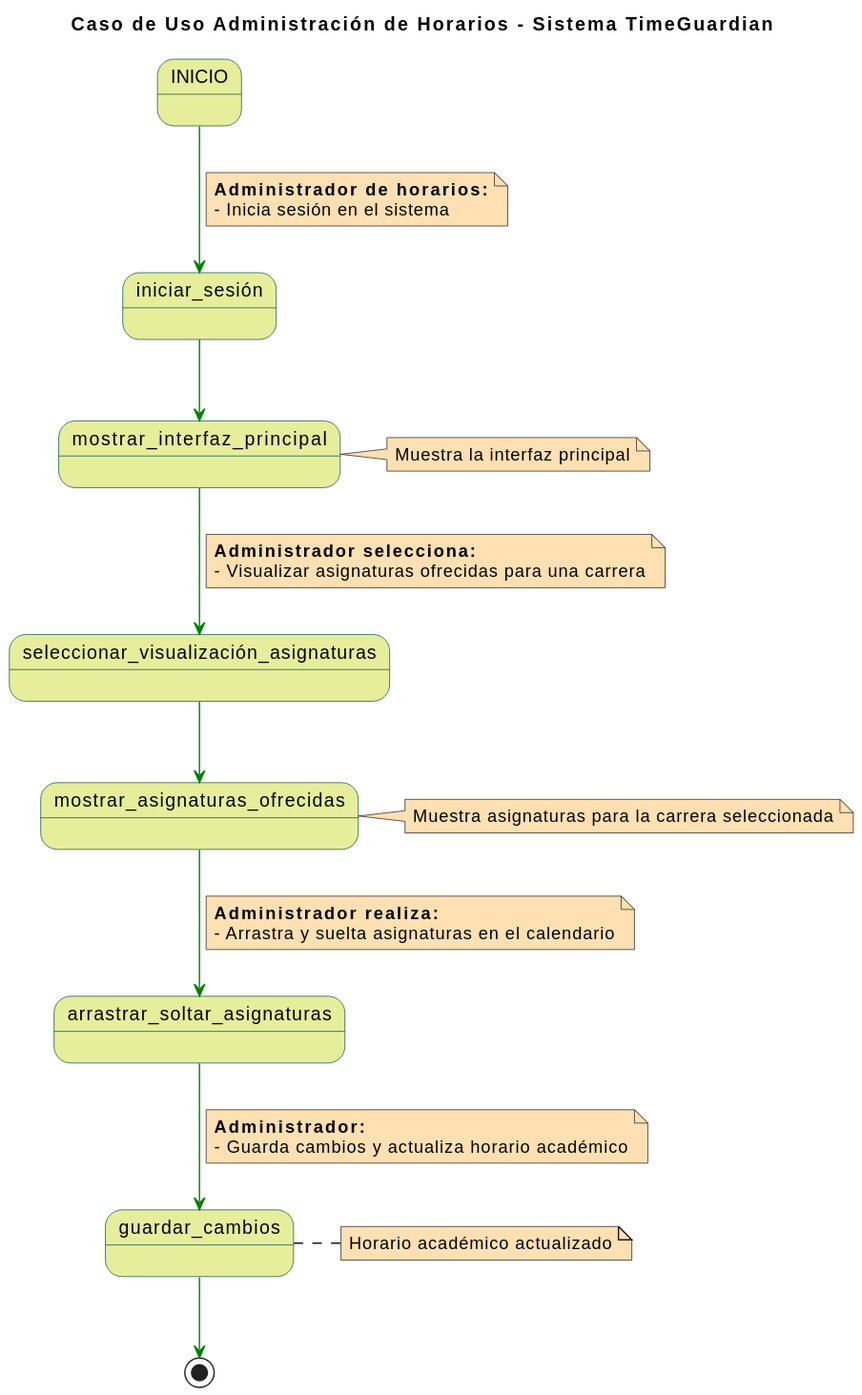
Before: imagenes/Casos de Uso/Detalles Diagrama 1.svg, a diagram exported from PlantUML (mmasias/23-24-IdSw1-SDR).
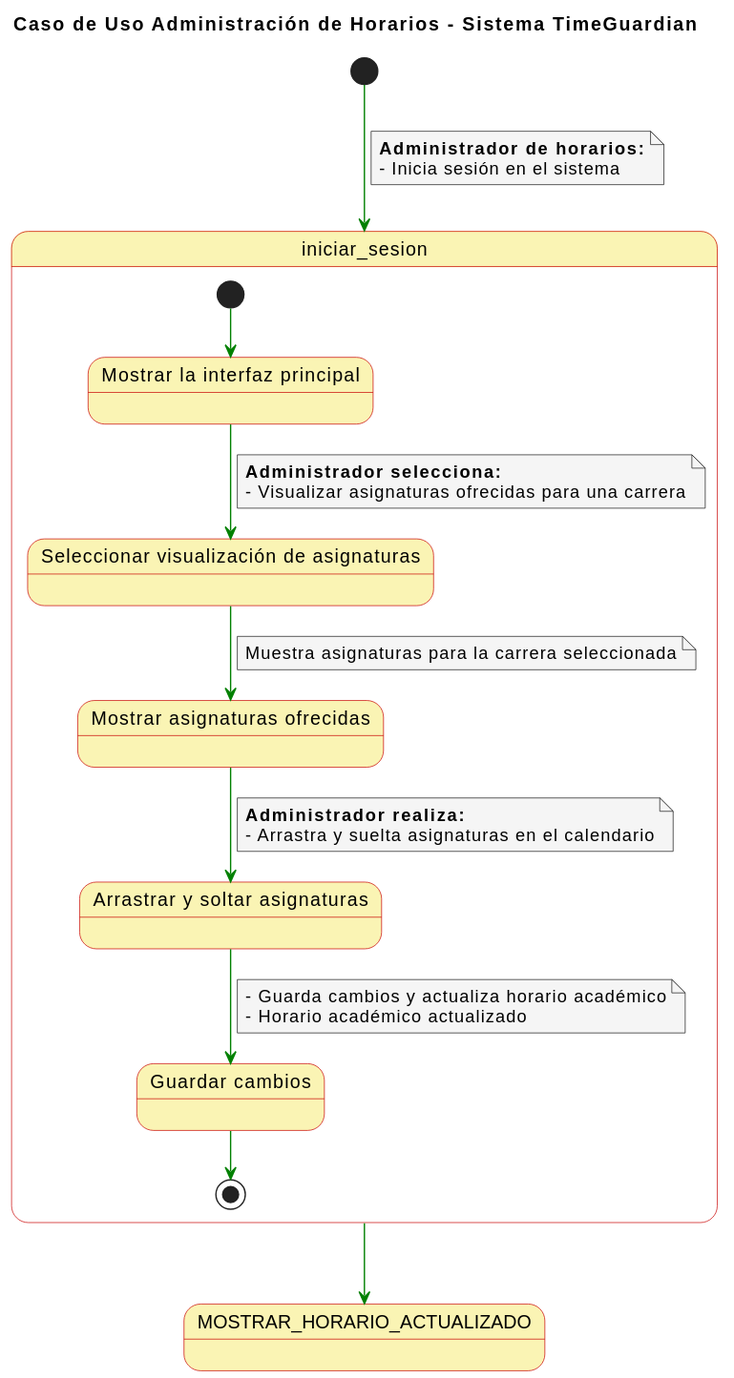
The same diagram one commit later.

What changed in the source:
```diff
@@ -1,53 +1,52 @@
 @startuml
 skinparam state {
-  BackgroundColor #e6ee9c
-  BorderColor #004d40
+  BackgroundColor #faf4b4
+  BorderColor #c90000
 }
 
 skinparam note {
-  BackgroundColor #ffe0b2
+  BackgroundColor #f5f5f5
 }
 
 skinparam linetype polyline
 
 title Caso de Uso Administración de Horarios - Sistema TimeGuardian
 
-INICIO -[#green]-> iniciar_sesión
+[*] -[#green]-> iniciar_sesion
 note on link
   **Administrador de horarios:**
   - Inicia sesión en el sistema
 end note
 
-iniciar_sesión -[#green]-> mostrar_interfaz_principal
-note right of mostrar_interfaz_principal
-  Muestra la interfaz principal
-end note
+state iniciar_sesion {
+  state "Mostrar la interfaz principal" as state1
+  state "Seleccionar visualización de asignaturas" as state2
+  state "Mostrar asignaturas ofrecidas" as state3
+  state "Arrastrar y soltar asignaturas" as state4
+  state "Guardar cambios" as state5
 
-mostrar_interfaz_principal -[#green]-> seleccionar_visualización_asignaturas
-note on link
-  **Administrador selecciona:**
-  - Visualizar asignaturas ofrecidas para una carrera
-end note
+  [*] -[#green]-> state1
+  state1 -[#green]-> state2
+  note on link
+    **Administrador selecciona:**
+    - Visualizar asignaturas ofrecidas para una carrera
+  end note
+  state2 -[#green]-> state3
+  note on link
+    Muestra asignaturas para la carrera seleccionada
+  end note
+  state3 -[#green]-> state4
+  note on link
+    **Administrador realiza:**
+    - Arrastra y suelta asignaturas en el calendario
+  end note
+  state4 -[#green]-> state5
+  note on link
+    - Guarda cambios y actualiza horario académico
+    - Horario académico actualizado
+  end note
+  state5 -[#green]-> [*]
+}
 
-seleccionar_visualización_asignaturas -[#green]-> mostrar_asignaturas_ofrecidas
-note right of mostrar_asignaturas_ofrecidas
-  Muestra asignaturas para la carrera seleccionada
-end note
-
-mostrar_asignaturas_ofrecidas -[#green]-> arrastrar_soltar_asignaturas
-note on link
-  **Administrador realiza:**
-  - Arrastra y suelta asignaturas en el calendario
-end note
-
-arrastrar_soltar_asignaturas -[#green]-> guardar_cambios
-note on link
-  **Administrador:**
-  - Guarda cambios y actualiza horario académico
-end note
-
-guardar_cambios -[#green]-> [*]
-note right of guardar_cambios
-  Horario académico actualizado
-end note
+iniciar_sesion -[#green]-> MOSTRAR_HORARIO_ACTUALIZADO
 @enduml
```
